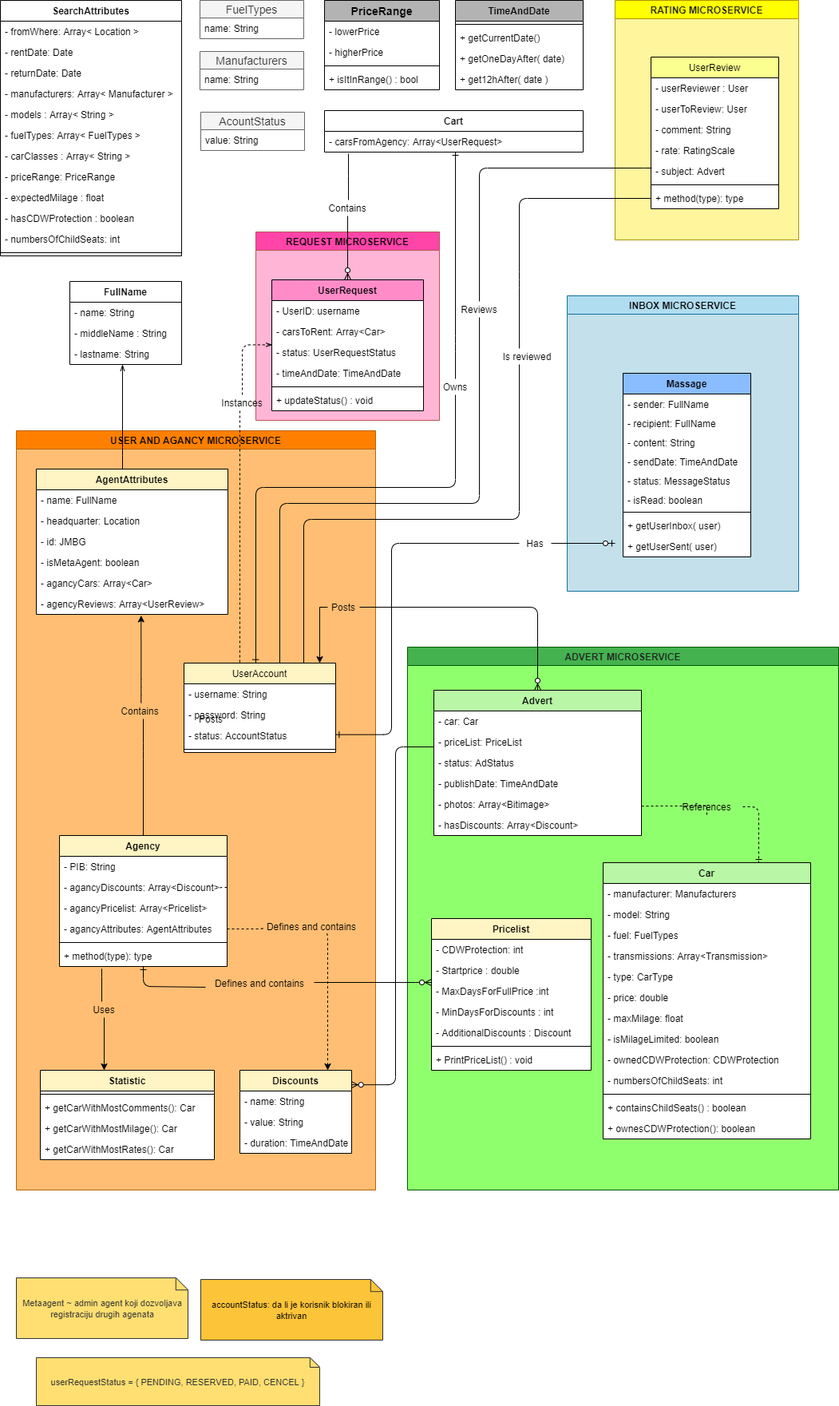
This is UML/UMLClassDiagram.png from birdpersson/xml, a draw.io export, as it was before one commit. Source tidied: cells renumbered, new cells last; positions are measured from the earlier drawing's top-left corner, leaving out a move shared by most shapes.
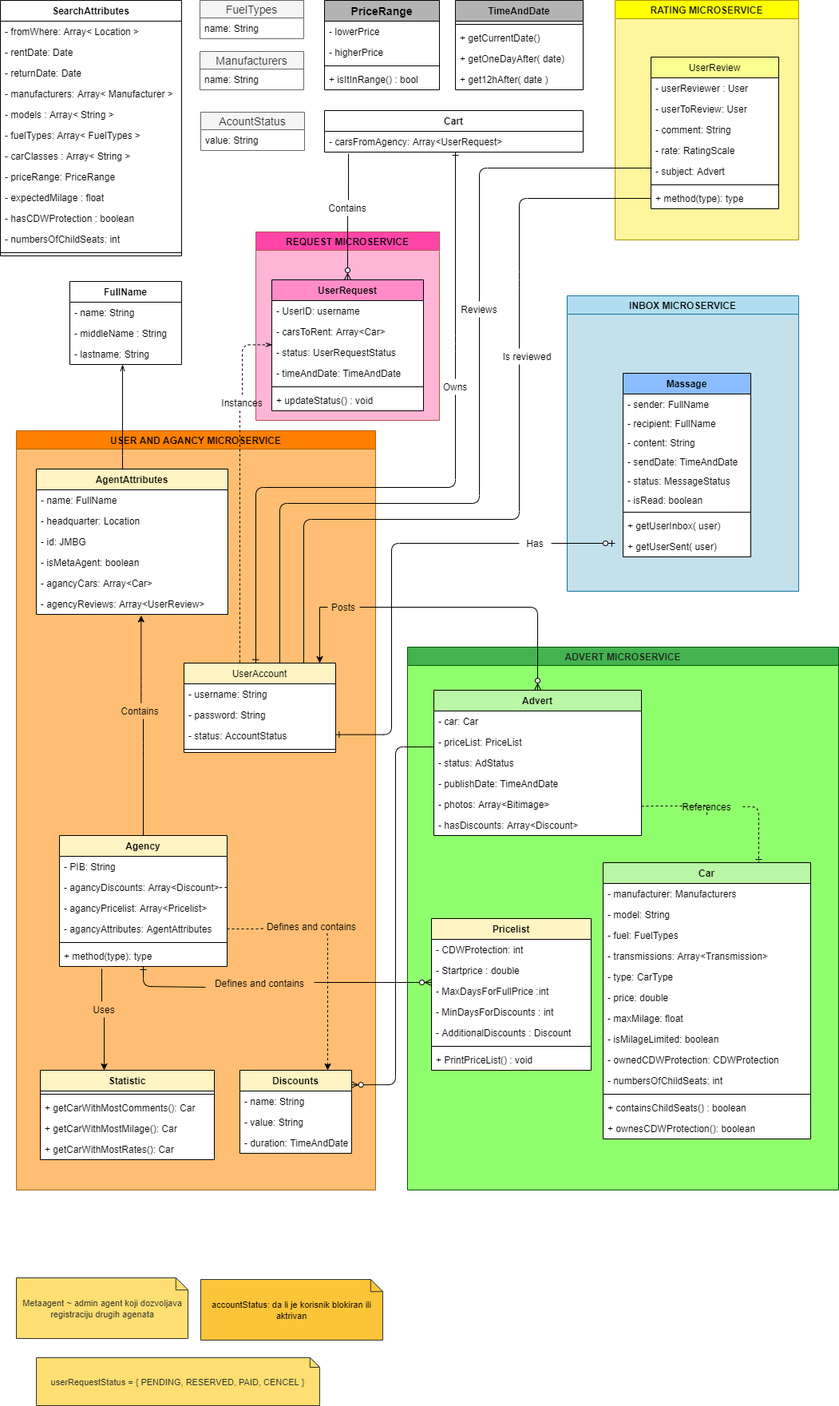
After the commit.

The edit, as a diff of the source:
```diff
@@ -389,9 +389,6 @@
     <mxCell id="125" value="+ getCarWithMostRates(): Car" style="text;strokeColor=none;fillColor=none;align=left;verticalAlign=top;spacingLeft=4;spacingRight=4;overflow=hidden;" parent="121" vertex="1">
       <mxGeometry y="86" width="218" height="26" as="geometry" />
     </mxCell>
-    <mxCell id="126" value="Posts" style="text;html=1;strokeColor=none;fillColor=none;align=center;verticalAlign=middle;whiteSpace=wrap;rounded=0;" parent="98" vertex="1">
-      <mxGeometry x="224" y="351" width="40" height="20" as="geometry" />
-    </mxCell>
     <mxCell id="127" style="edgeStyle=orthogonalEdgeStyle;rounded=1;jettySize=auto;html=1;entryX=0;entryY=0.5;entryDx=0;entryDy=0;dashed=1;startArrow=none;startFill=0;endArrow=none;endFill=0;exitX=1;exitY=0.5;exitDx=0;exitDy=0;" parent="98" edge="1" source="111" target="105">
       <mxGeometry relative="1" as="geometry">
         <Array as="points">
```
